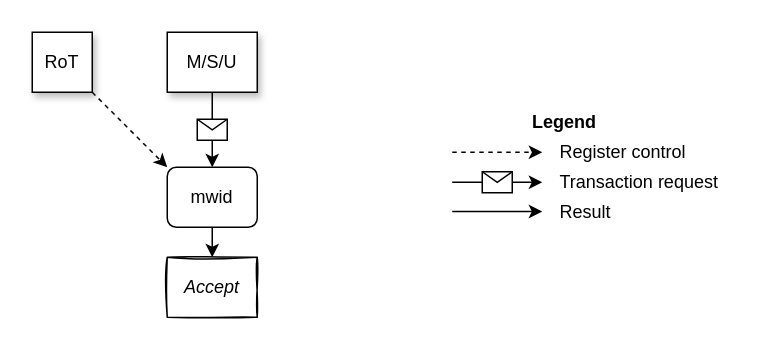
This is src/images/WorldID-smwid.drawio from MIPS/riscv-partitioning, a draw.io file, before an edit. Source tidied: cells renumbered, new cells numbered last; positions are measured from the earlier drawing's top-left corner, leaving out a move shared by most shapes. Both pictures are drawn from the tidied source at 150%, with x=0, y=0 at pixel (32, 32).
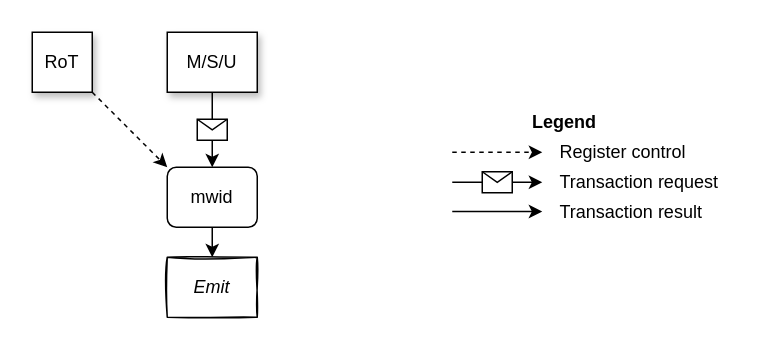
The same page after the edit.

Commit message (it also covers changes not shown here):
Change diagrams, Accept->Emit, Reject->Fault

Change to the diagram source:
```diff
@@
-    <mxCell id="4" value="Accept" style="rounded=0;whiteSpace=wrap;html=1;fontSize=12;glass=0;strokeWidth=1;shadow=0;sketch=1;curveFitting=1;jiggle=2;fontStyle=2;" parent="1" vertex="1">
+    <mxCell id="4" value="Emit" style="rounded=0;whiteSpace=wrap;html=1;fontSize=12;glass=0;strokeWidth=1;shadow=0;sketch=1;curveFitting=1;jiggle=2;fontStyle=2;" parent="1" vertex="1">
       <mxGeometry x="90" y="150" width="60" height="40" as="geometry" />
     </mxCell>
@@
-    <mxCell id="15" value="Result" style="text;html=1;align=left;verticalAlign=middle;whiteSpace=wrap;rounded=0;" parent="1" vertex="1">
+    <mxCell id="15" value="Transaction result" style="text;html=1;align=left;verticalAlign=middle;whiteSpace=wrap;rounded=0;" parent="1" vertex="1">
       <mxGeometry x="350" y="110" width="130" height="20" as="geometry" />
     </mxCell>
```
